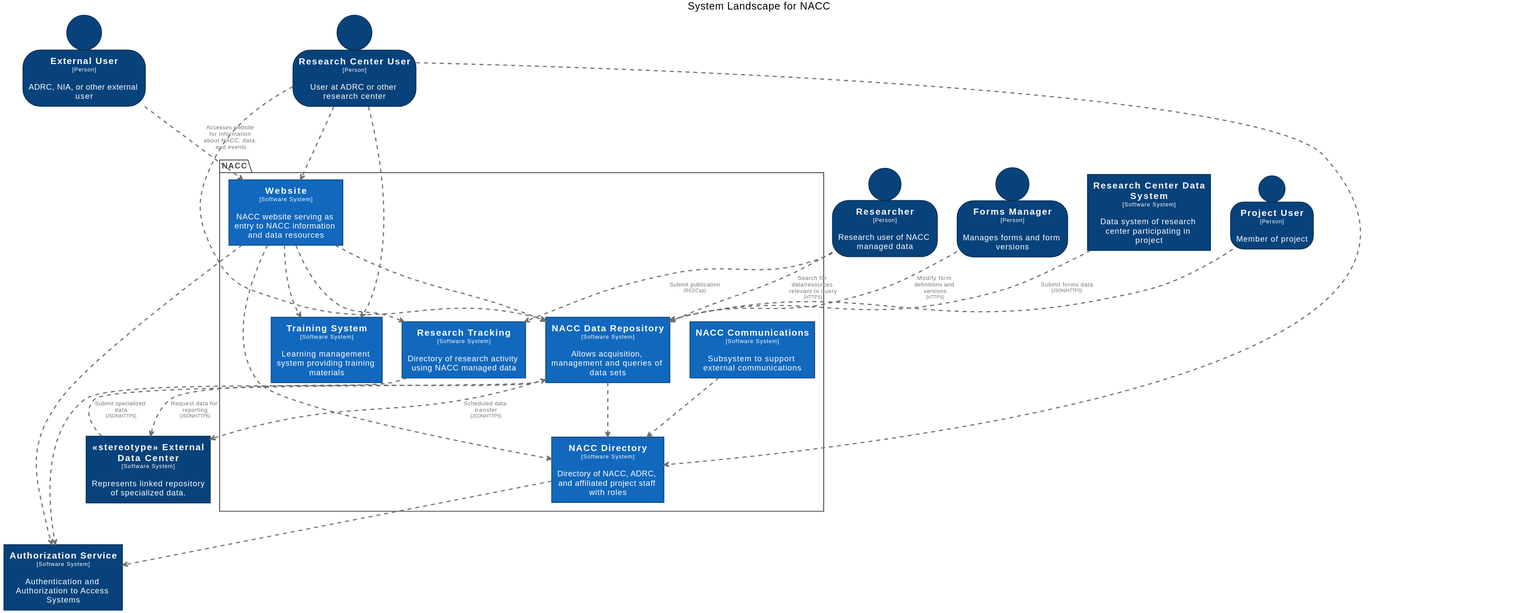
Above: docs/images/structurizr-GeneralizedSystemLandscape.svg in naccdata/system-design (PlantUML), before the change.
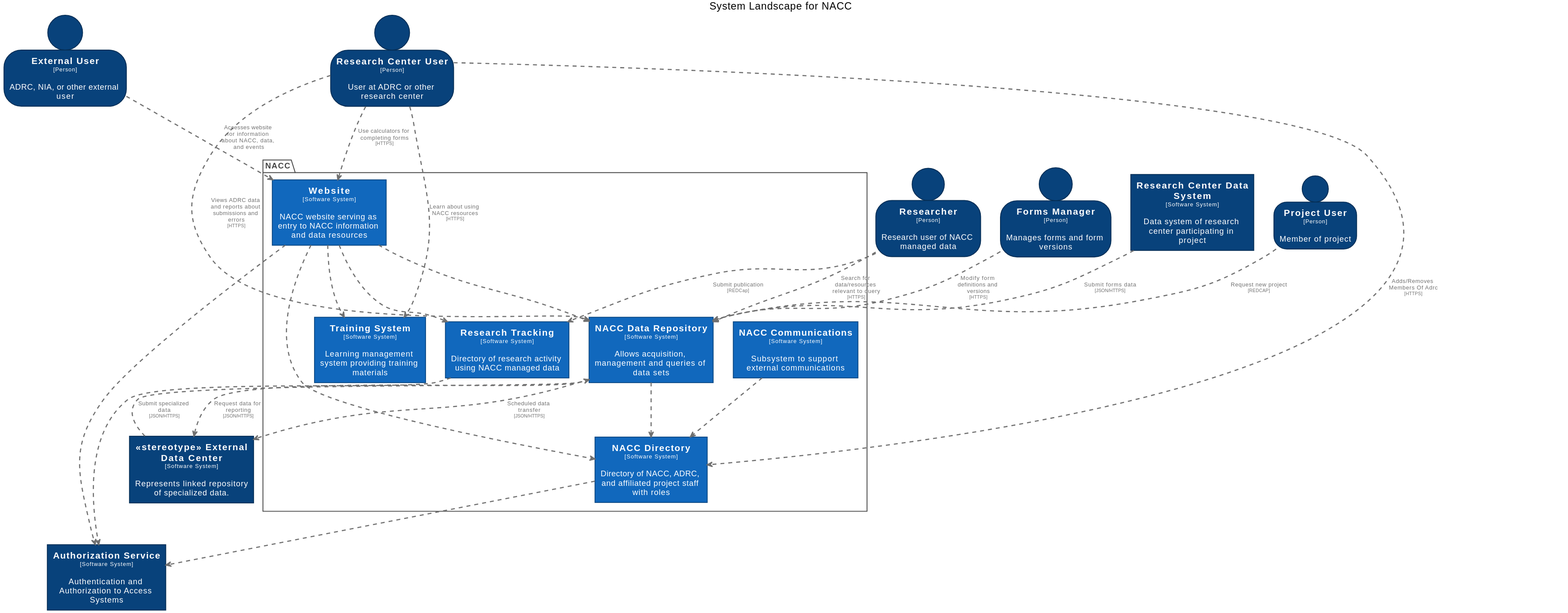
Later version of the same file.

Change to the diagram source:
```diff
@@ -108,12 +108,12 @@
 Website .[#707070,thickness=2].> NACCDataRepository : "<color:#707070>"
 Website .[#707070,thickness=2].> NACCDirectory : "<color:#707070>"
 ExternalUser .[#707070,thickness=2].> Website : "<color:#707070>Accesses website for information about NACC, data, and events"
-ResearchCenterUser .[#707070,thickness=2].> Website : "<color:#707070>"
-ResearchCenterUser .[#707070,thickness=2].> NACCDirectory : "<color:#707070>"
-ResearchCenterUser .[#707070,thickness=2].> NACCDataRepository : "<color:#707070>"
-ResearchCenterUser .[#707070,thickness=2].> TrainingSystem : "<color:#707070>"
+ResearchCenterUser .[#707070,thickness=2].> Website : "<color:#707070>Use calculators for completing forms\n<color:#707070><size:8>[HTTPS]</size>"
+ResearchCenterUser .[#707070,thickness=2].> NACCDirectory : "<color:#707070>Adds/Removes Members Of Adrc\n<color:#707070><size:8>[HTTPS]</size>"
+ResearchCenterUser .[#707070,thickness=2].> NACCDataRepository : "<color:#707070>Views ADRC data and reports about submissions and errors\n<color:#707070><size:8>[HTTPS]</size>"
+ResearchCenterUser .[#707070,thickness=2].> TrainingSystem : "<color:#707070>Learn about using NACC resources\n<color:#707070><size:8>[HTTPS]</size>"
 NACCDataRepository .[#707070,thickness=2].> NACCDirectory : "<color:#707070>"
-ProjectUser .[#707070,thickness=2].> NACCDataRepository : "<color:#707070>"
+ProjectUser .[#707070,thickness=2].> NACCDataRepository : "<color:#707070>Request new project\n<color:#707070><size:8>[REDCAP]</size>"
 FormsManager .[#707070,thickness=2].> NACCDataRepository : "<color:#707070>Modify form definitions and versions\n<color:#707070><size:8>[HTTPS]</size>"
 Researcher .[#707070,thickness=2].> NACCDataRepository : "<color:#707070>Search for data/resources relevant to query\n<color:#707070><size:8>[HTTPS]</size>"
 Researcher .[#707070,thickness=2].> ResearchTracking : "<color:#707070>Submit publication\n<color:#707070><size:8>[REDCap]</size>"
```
